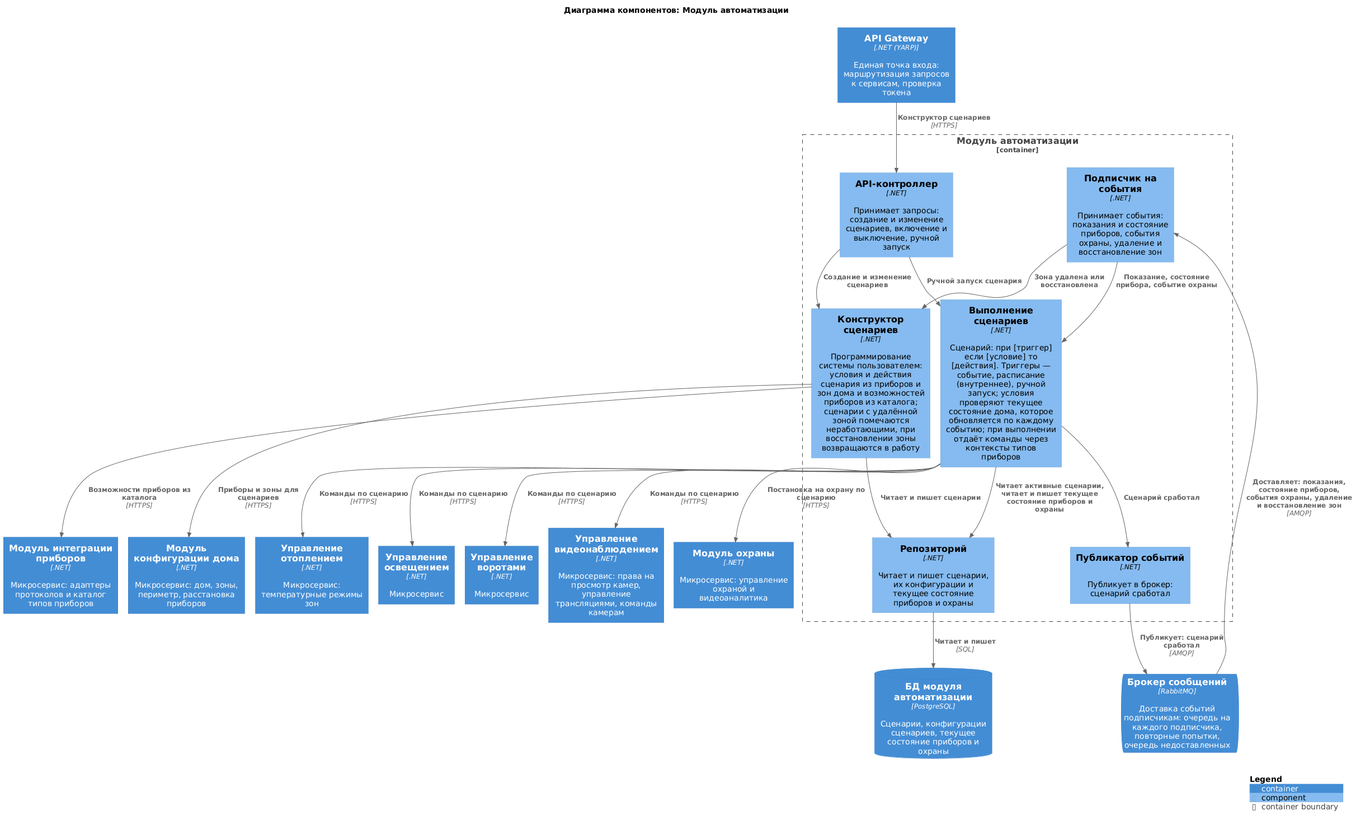
Lyamin-av/architecture-warmhouse keeps this PlantUML diagram as diagrams/components/automation.png. Above is the earlier version.
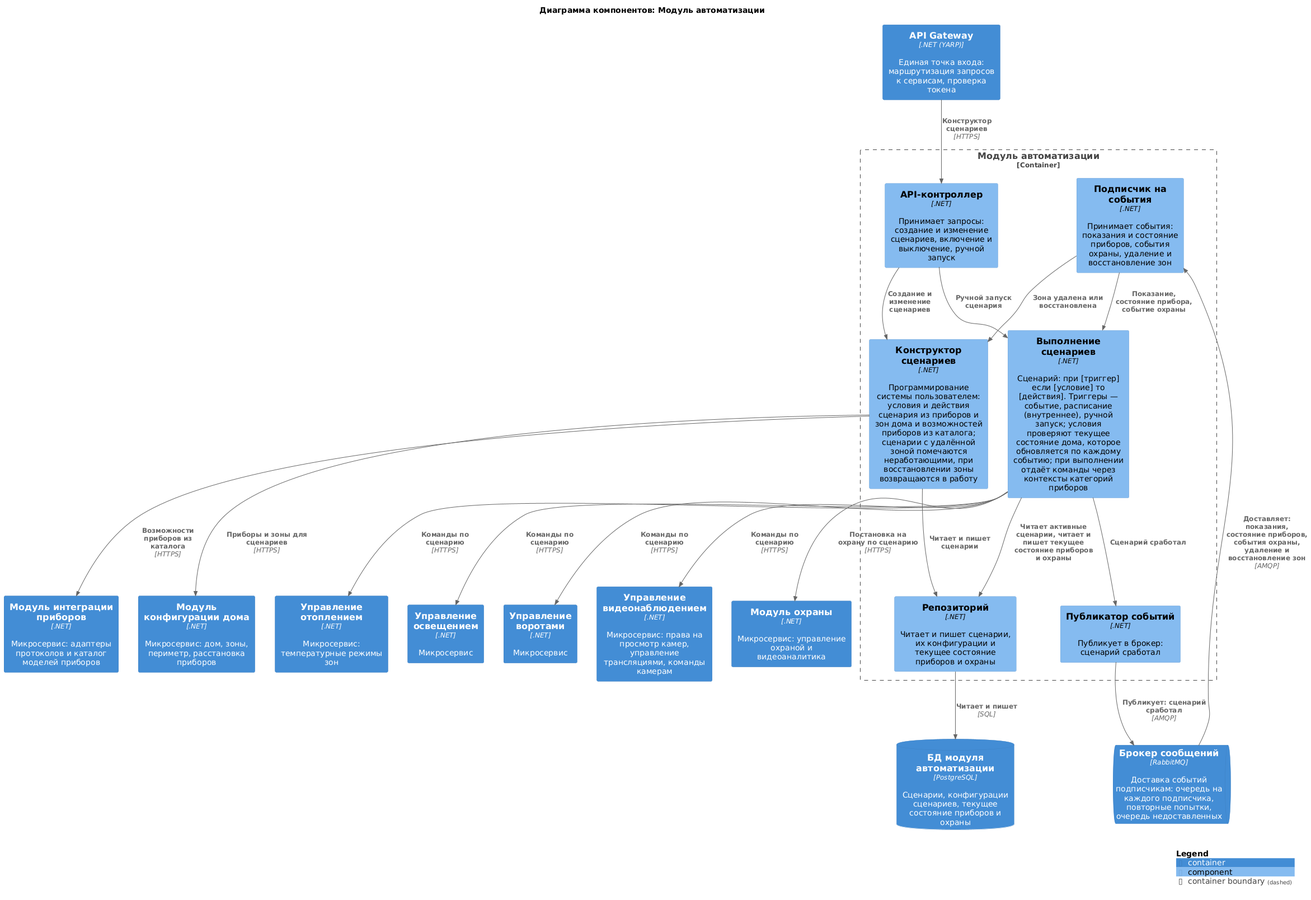
Later version of the same file.

Change to the diagram source:
```diff
@@ -5,7 +5,7 @@
 
 Container(Gateway, "API Gateway", ".NET (YARP)", "Единая точка входа: маршрутизация запросов к сервисам, проверка токена")
 Container(HouseConfigurator, "Модуль конфигурации дома", ".NET", "Микросервис: дом, зоны, периметр, расстановка приборов")
-Container(DeviceIntegration, "Модуль интеграции приборов", ".NET", "Микросервис: адаптеры протоколов и каталог типов приборов")
+Container(DeviceIntegration, "Модуль интеграции приборов", ".NET", "Микросервис: адаптеры протоколов и каталог моделей приборов")
 Container(Heating, "Управление отоплением", ".NET", "Микросервис: температурные режимы зон")
 Container(Lighting, "Управление освещением", ".NET", "Микросервис")
 Container(GateControl, "Управление воротами", ".NET", "Микросервис")
@@ -17,7 +17,7 @@
 Container_Boundary(Automation, "Модуль автоматизации") {
     Component(api, "API-контроллер", ".NET", "Принимает запросы: создание и изменение сценариев, включение и выключение, ручной запуск")
     Component(designer, "Конструктор сценариев", ".NET", "Программирование системы пользователем: условия и действия сценария из приборов и зон дома и возможностей приборов из каталога; сценарии с удалённой зоной помечаются неработающими, при восстановлении зоны возвращаются в работу")
-    Component(executor, "Выполнение сценариев", ".NET", "Сценарий: при [триггер] если [условие] то [действия]. Триггеры — событие, расписание (внутреннее), ручной запуск; условия проверяют текущее состояние дома, которое обновляется по каждому событию; при выполнении отдаёт команды через контексты типов приборов")
+    Component(executor, "Выполнение сценариев", ".NET", "Сценарий: при [триггер] если [условие] то [действия]. Триггеры — событие, расписание (внутреннее), ручной запуск; условия проверяют текущее состояние дома, которое обновляется по каждому событию; при выполнении отдаёт команды через контексты категорий приборов")
     Component(subscriber, "Подписчик на события", ".NET", "Принимает события: показания и состояние приборов, события охраны, удаление и восстановление зон")
     Component(publisher, "Публикатор событий", ".NET", "Публикует в брокер: сценарий сработал")
     Component(repo, "Репозиторий", ".NET", "Читает и пишет сценарии, их конфигурации и текущее состояние приборов и охраны")
```
